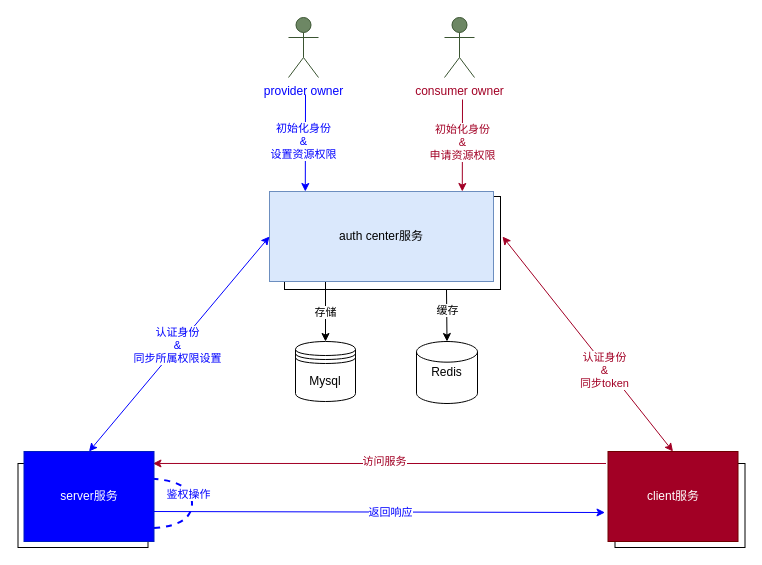
gitcodeporter/draw-uml keeps this draw.io diagram as 鉴权中心一期.drawio. Above is the earlier version. Source tidied: cells renumbered, new cells numbered last; positions are measured from the earlier drawing's top-left corner, leaving out a move shared by most shapes. Both pictures are drawn from the tidied source at 100%, with x=0, y=0 at pixel (17, 17).
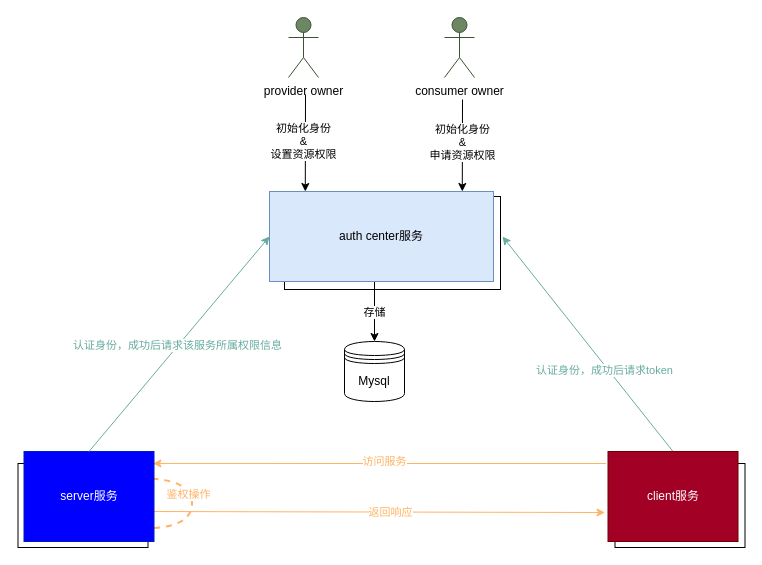
The same diagram, later.

Commit message:
更新鉴权中心一期.drawio

Unchanged cells that the change refers to:
```xml
<mxCell id="4" style="rounded=0;whiteSpace=wrap;html=1;fillColor=#FFFFFF;" parent="1" vertex="1">
  <mxGeometry x="267" y="179" width="216" height="93" as="geometry" />
</mxCell>
<mxCell id="9" value="auth center服务" style="rounded=0;whiteSpace=wrap;html=1;fillColor=#dae8fc;strokeColor=#6c8ebf;" parent="1" vertex="1">
  <mxGeometry x="252" y="174" width="224" height="90" as="geometry" />
</mxCell>
<mxCell id="14" value="client服务" style="rounded=0;whiteSpace=wrap;html=1;fillColor=#a20025;strokeColor=#6F0000;fontColor=#ffffff;" parent="1" vertex="1">
  <mxGeometry x="590.5" y="434" width="130" height="90" as="geometry" />
</mxCell>
<mxCell id="19" value="server服务" style="rounded=0;whiteSpace=wrap;html=1;fillColor=#0000FF;strokeColor=#001DBC;fontColor=#ffffff;" parent="1" vertex="1">
  <mxGeometry x="6.5" y="434" width="130" height="90" as="geometry" />
</mxCell>
```

What changed in the source:
```diff
@@
-    <mxCell id="2" style="edgeStyle=none;rounded=0;jettySize=auto;html=1;exitX=0.75;exitY=1;exitDx=0;exitDy=0;entryX=0.5;entryY=0;entryDx=0;entryDy=0;entryPerimeter=0;fontColor=#000000;startArrow=none;startFill=0;strokeColor=#000000;strokeWidth=1;" parent="1" edge="1" source="4" target="28">
-      <mxGeometry relative="1" as="geometry" />
-    </mxCell>
-    <mxCell id="3" value="缓存" style="edgeLabel;html=1;align=center;verticalAlign=middle;fontColor=#000000;" parent="2" vertex="1">
-      <mxGeometry x="-0.19" relative="1" as="geometry" />
-    </mxCell>
@@
-    <mxCell id="7" style="edgeStyle=none;rounded=0;jettySize=auto;html=1;entryX=0.5;entryY=0;entryDx=0;entryDy=0;fontColor=#000000;startArrow=none;startFill=0;strokeColor=#000000;strokeWidth=1;exitX=0.25;exitY=1;exitDx=0;exitDy=0;" parent="1" edge="1" source="9" target="27">
-      <mxGeometry relative="1" as="geometry" />
+    <mxCell id="7" style="edgeStyle=none;rounded=0;jettySize=auto;html=1;entryX=0.5;entryY=0;entryDx=0;entryDy=0;fontColor=#000000;startArrow=none;startFill=0;strokeColor=#000000;strokeWidth=1;exitX=0.25;exitY=1;exitDx=0;exitDy=0;" parent="1" edge="1" target="27">
+      <mxGeometry relative="1" as="geometry">
+        <mxPoint x="357" y="264" as="sourcePoint" />
+      </mxGeometry>
     </mxCell>
@@
-    <mxCell id="10" style="edgeStyle=none;rounded=0;jettySize=auto;html=1;entryX=0.992;entryY=0.133;entryDx=0;entryDy=0;entryPerimeter=0;strokeColor=#A20025;" parent="1" edge="1" target="19">
+    <mxCell id="10" style="edgeStyle=none;rounded=0;jettySize=auto;html=1;entryX=0.992;entryY=0.133;entryDx=0;entryDy=0;entryPerimeter=0;strokeColor=#FFB366;" parent="1" edge="1" target="19">
       <mxGeometry relative="1" as="geometry">
         <mxPoint x="588.5" y="446" as="sourcePoint" />
         <Array as="points">
           <mxPoint x="398.5" y="446" />
         </Array>
       </mxGeometry>
     </mxCell>
-    <mxCell id="11" value="访问服务" style="edgeLabel;html=1;align=center;verticalAlign=middle;fontColor=#A20025;" parent="10" vertex="1">
+    <mxCell id="11" value="&lt;font color=&quot;#ffb366&quot;&gt;访问服务&lt;/font&gt;" style="edgeLabel;html=1;align=center;verticalAlign=middle;fontColor=#A20025;" parent="10" vertex="1">
       <mxGeometry x="0.14" relative="1" as="geometry">
         <mxPoint x="36" y="-2" as="offset" />
       </mxGeometry>
     </mxCell>
-    <mxCell id="12" style="edgeStyle=none;rounded=0;jettySize=auto;html=1;fontColor=#000000;startArrow=classic;startFill=1;strokeColor=#A20025;strokeWidth=1;exitX=0.5;exitY=0;exitDx=0;exitDy=0;" parent="1" edge="1" source="14">
+    <mxCell id="12" style="edgeStyle=none;rounded=0;jettySize=auto;html=1;fontColor=#000000;startArrow=none;startFill=0;strokeColor=#67AB9F;strokeWidth=1;exitX=0.5;exitY=0;exitDx=0;exitDy=0;" parent="1" edge="1" source="14">
       <mxGeometry relative="1" as="geometry">
         <mxPoint x="485" y="219" as="targetPoint" />
       </mxGeometry>
     </mxCell>
-    <mxCell id="13" value="&lt;font color=&quot;#a20025&quot;&gt;认证身份&lt;br&gt;&amp;amp;&lt;br&gt;同步token&lt;br&gt;&lt;/font&gt;" style="edgeLabel;html=1;align=center;verticalAlign=middle;fontColor=#000000;" parent="12" vertex="1">
+    <mxCell id="13" value="&lt;font color=&quot;#67ab9f&quot;&gt;认证身份，成功后请求token&lt;/font&gt;" style="edgeLabel;html=1;align=center;verticalAlign=middle;fontColor=#000000;" parent="12" vertex="1">
       <mxGeometry x="0.08" relative="1" as="geometry">
         <mxPoint x="23" y="34" as="offset" />
       </mxGeometry>
     </mxCell>
@@
-    <mxCell id="15" style="edgeStyle=none;rounded=0;jettySize=auto;html=1;exitX=1;exitY=0.667;exitDx=0;exitDy=0;exitPerimeter=0;strokeColor=#0000FF;" parent="1" edge="1" source="19">
+    <mxCell id="15" style="edgeStyle=none;rounded=0;jettySize=auto;html=1;exitX=1;exitY=0.667;exitDx=0;exitDy=0;exitPerimeter=0;strokeColor=#FFB366;" parent="1" edge="1" source="19">
       <mxGeometry relative="1" as="geometry">
         <mxPoint x="587.5" y="495" as="targetPoint" />
       </mxGeometry>
     </mxCell>
-    <mxCell id="16" value="返回响应" style="edgeLabel;html=1;align=center;verticalAlign=middle;fontColor=#0000FF;" parent="15" vertex="1">
+    <mxCell id="16" value="&lt;font color=&quot;#ffb366&quot;&gt;返回响应&lt;/font&gt;" style="edgeLabel;html=1;align=center;verticalAlign=middle;fontColor=#0000FF;" parent="15" vertex="1">
       <mxGeometry x="-0.21" y="3" relative="1" as="geometry">
         <mxPoint x="58" y="3" as="offset" />
       </mxGeometry>
     </mxCell>
-    <mxCell id="17" style="endArrow=none;dashed=1;html=1;strokeWidth=2;edgeStyle=orthogonalEdgeStyle;curved=1;strokeColor=#0000FF;" parent="1" edge="1">
+    <mxCell id="17" style="endArrow=none;dashed=1;html=1;strokeWidth=2;edgeStyle=orthogonalEdgeStyle;curved=1;strokeColor=#FFB366;" parent="1" edge="1">
       <mxGeometry relative="1" as="geometry">
         <mxPoint x="124.5" y="511" as="sourcePoint" />
         <mxPoint x="124.5" y="461" as="targetPoint" />
         <Array as="points">
           <mxPoint x="174.5" y="511" />
           <mxPoint x="174.5" y="461" />
         </Array>
       </mxGeometry>
     </mxCell>
-    <mxCell id="18" value="鉴权操作" style="edgeLabel;html=1;align=center;verticalAlign=middle;fontColor=#0000FF;" parent="17" vertex="1">
+    <mxCell id="18" value="&lt;font color=&quot;#ffb366&quot;&gt;鉴权操作&lt;/font&gt;" style="edgeLabel;html=1;align=center;verticalAlign=middle;fontColor=#0000FF;" parent="17" vertex="1">
       <mxGeometry x="0.13" y="4" relative="1" as="geometry" />
     </mxCell>
@@
-    <mxCell id="20" style="edgeStyle=none;rounded=0;orthogonalLoop=1;jettySize=auto;html=1;entryX=0.25;entryY=0;entryDx=0;entryDy=0;startArrow=none;startFill=0;strokeWidth=1;strokeColor=#0000FF;" parent="1" edge="1">
+    <mxCell id="20" style="edgeStyle=none;rounded=0;orthogonalLoop=1;jettySize=auto;html=1;entryX=0.25;entryY=0;entryDx=0;entryDy=0;startArrow=none;startFill=0;strokeWidth=1;strokeColor=#000000;" parent="1" edge="1">
       <mxGeometry relative="1" as="geometry">
         <mxPoint x="288" y="77" as="sourcePoint" />
         <mxPoint x="287.8" y="174" as="targetPoint" />
       </mxGeometry>
     </mxCell>
-    <mxCell id="21" value="&lt;font color=&quot;#0000ff&quot;&gt;初始化身份&lt;br&gt;&amp;amp;&lt;br&gt;设置资源权限&lt;br&gt;&lt;/font&gt;" style="edgeLabel;html=1;align=center;verticalAlign=middle;fontColor=#000000;" parent="20" vertex="1">
+    <mxCell id="21" value="初始化身份&lt;br&gt;&amp;amp;&lt;br&gt;设置资源权限" style="edgeLabel;html=1;align=center;verticalAlign=middle;fontColor=#000000;" parent="20" vertex="1">
       <mxGeometry x="-0.03" y="-2" relative="1" as="geometry" />
     </mxCell>
-    <mxCell id="22" value="&lt;font color=&quot;#0000ff&quot;&gt;provider owner&lt;/font&gt;" style="shape=umlActor;verticalLabelPosition=bottom;verticalAlign=top;html=1;fillColor=#6d8764;strokeColor=#3A5431;fontColor=#ffffff;" parent="1" vertex="1">
+    <mxCell id="22" value="&lt;font color=&quot;#000000&quot;&gt;provider owner&lt;/font&gt;" style="shape=umlActor;verticalLabelPosition=bottom;verticalAlign=top;html=1;fillColor=#6d8764;strokeColor=#3A5431;fontColor=#ffffff;" parent="1" vertex="1">
       <mxGeometry x="271" width="30" height="60" as="geometry" />
     </mxCell>
-    <mxCell id="23" style="edgeStyle=none;rounded=0;orthogonalLoop=1;jettySize=auto;html=1;entryX=0.25;entryY=0;entryDx=0;entryDy=0;startArrow=none;startFill=0;strokeWidth=1;strokeColor=#A20025;" parent="1" edge="1">
+    <mxCell id="23" style="edgeStyle=none;rounded=0;orthogonalLoop=1;jettySize=auto;html=1;entryX=0.25;entryY=0;entryDx=0;entryDy=0;startArrow=none;startFill=0;strokeWidth=1;strokeColor=#000000;" parent="1" edge="1">
       <mxGeometry relative="1" as="geometry">
         <mxPoint x="445" y="82" as="sourcePoint" />
         <mxPoint x="444.8" y="174" as="targetPoint" />
       </mxGeometry>
     </mxCell>
-    <mxCell id="24" value="初始化身份&lt;br&gt;&amp;amp;&lt;br&gt;申请资源权限" style="edgeLabel;html=1;align=center;verticalAlign=middle;fontColor=#A20025;" parent="23" vertex="1">
+    <mxCell id="24" value="&lt;font color=&quot;#000000&quot;&gt;初始化身份&lt;br&gt;&amp;amp;&lt;br&gt;申请资源权限&lt;/font&gt;" style="edgeLabel;html=1;align=center;verticalAlign=middle;fontColor=#A20025;" parent="23" vertex="1">
       <mxGeometry x="-0.06" relative="1" as="geometry" />
     </mxCell>
-    <mxCell id="25" value="&lt;font color=&quot;#a20025&quot;&gt;consumer owner&lt;/font&gt;" style="shape=umlActor;verticalLabelPosition=bottom;verticalAlign=top;html=1;fillColor=#6d8764;strokeColor=#3A5431;fontColor=#ffffff;" parent="1" vertex="1">
+    <mxCell id="25" value="&lt;font color=&quot;#000000&quot;&gt;consumer owner&lt;/font&gt;" style="shape=umlActor;verticalLabelPosition=bottom;verticalAlign=top;html=1;fillColor=#6d8764;strokeColor=#3A5431;fontColor=#ffffff;" parent="1" vertex="1">
       <mxGeometry x="427" width="30" height="60" as="geometry" />
     </mxCell>
-    <mxCell id="26" value="&lt;font color=&quot;#0000ff&quot;&gt;认证身份&lt;br&gt;&amp;amp;&lt;br&gt;同步所属权限设置&lt;/font&gt;" style="edgeStyle=none;rounded=0;jettySize=auto;html=1;exitX=0.5;exitY=0;exitDx=0;exitDy=0;entryX=0;entryY=0.5;entryDx=0;entryDy=0;strokeColor=#0000FF;startArrow=classic;startFill=1;" parent="1" edge="1" source="19" target="9">
+    <mxCell id="26" value="&lt;font color=&quot;#67ab9f&quot;&gt;认证身份，成功后请求该服务所属权限信息&lt;/font&gt;" style="edgeStyle=none;rounded=0;jettySize=auto;html=1;exitX=0.5;exitY=0;exitDx=0;exitDy=0;entryX=0;entryY=0.5;entryDx=0;entryDy=0;strokeColor=#67AB9F;startArrow=none;startFill=0;" parent="1" edge="1" source="19" target="9">
       <mxGeometry x="-0.02" relative="1" as="geometry" />
     </mxCell>
     <mxCell id="27" value="Mysql" style="shape=datastore;whiteSpace=wrap;html=1;" parent="1" vertex="1">
-      <mxGeometry x="278" y="324" width="60" height="60" as="geometry" />
+      <mxGeometry x="327" y="324" width="60" height="60" as="geometry" />
     </mxCell>
-    <mxCell id="28" value="Redis" style="strokeWidth=1;html=1;shape=mxgraph.flowchart.database;whiteSpace=wrap;fontColor=#000000;fillColor=#FFFFFF;" parent="1" vertex="1">
-      <mxGeometry x="399" y="324" width="61" height="62" as="geometry" />
-    </mxCell>
```
